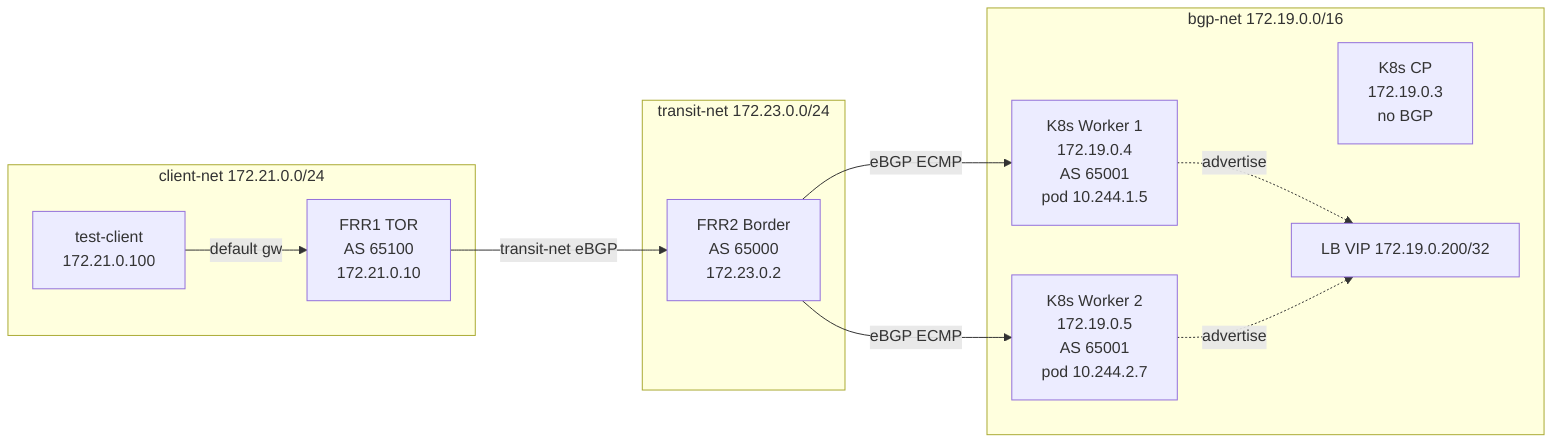
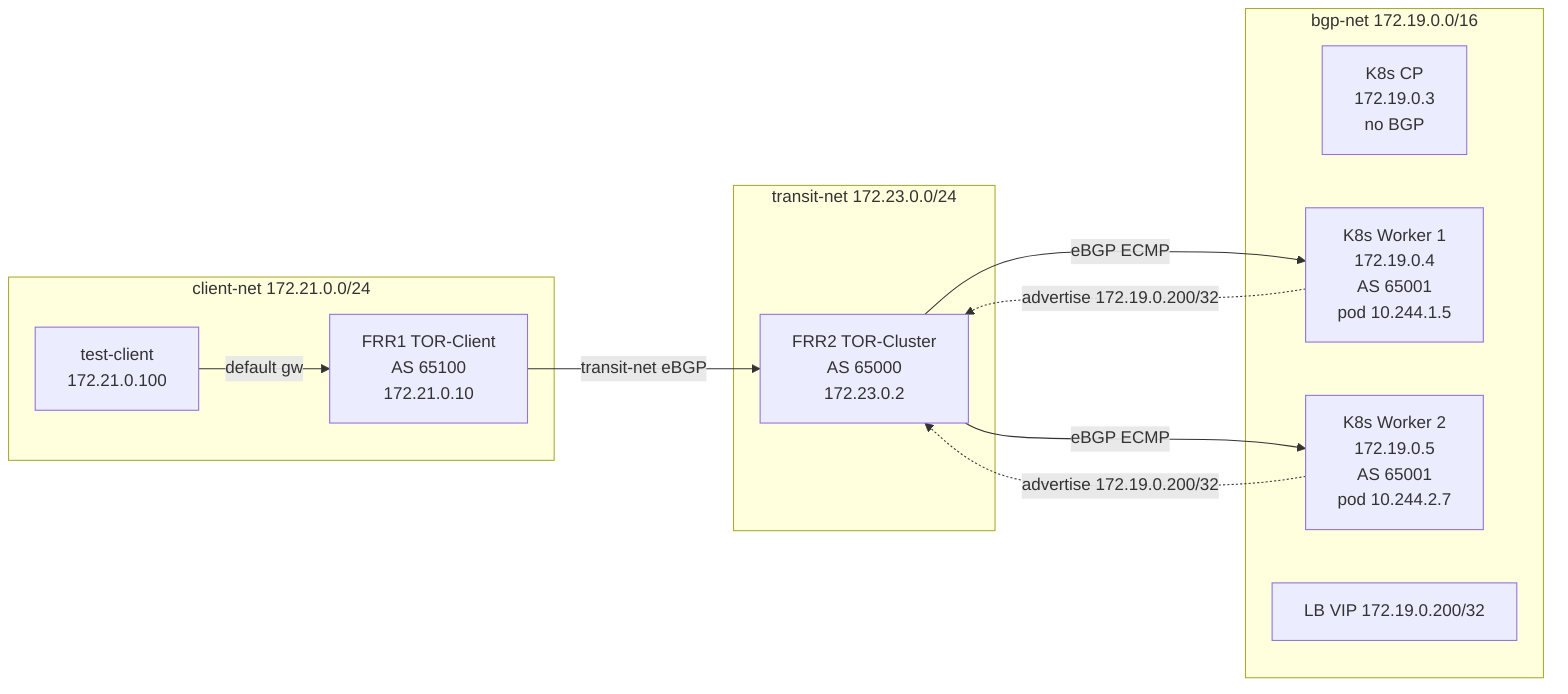
graph LR
    subgraph CN["client-net 172.21.0.0/24"]
        CL[test-client<br/>172.21.0.100] -- default gw --> F1
-         F1[FRR1 TOR<br/>AS 65100<br/>172.21.0.10]
+         F1[FRR1 TOR-Client<br/>AS 65100<br/>172.21.0.10]
    end
    F1 -->|transit-net eBGP| F2
    subgraph TN["transit-net 172.23.0.0/24"]
-         F2[FRR2 Border<br/>AS 65000<br/>172.23.0.2]
+         F2[FRR2 TOR-Cluster<br/>AS 65000<br/>172.23.0.2]
    end
    subgraph BN["bgp-net 172.19.0.0/16"]
        F2
        CP[K8s CP<br/>172.19.0.3<br/>no BGP]
        WK[K8s Worker 1<br/>172.19.0.4<br/>AS 65001<br/>pod 10.244.1.5]
        WK2[K8s Worker 2<br/>172.19.0.5<br/>AS 65001<br/>pod 10.244.2.7]
        LB[LB VIP 172.19.0.200/32]
    end
    F2 -->|eBGP ECMP| WK
    F2 -->|eBGP ECMP| WK2
-     WK -.->|advertise| LB
-     WK2 -.->|advertise| LB
+     WK -.->|advertise 172.19.0.200/32| F2
+     WK2 -.->|advertise 172.19.0.200/32| F2
